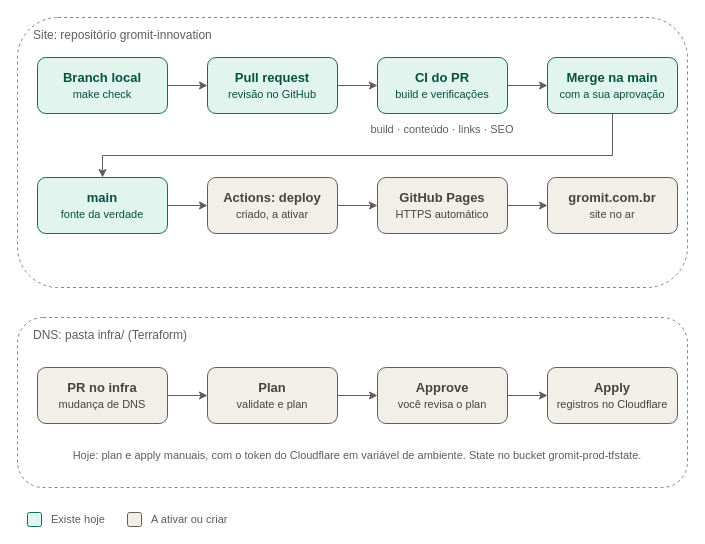
danilofreytas/gromit-innovation keeps this draw.io diagram as docs/gromit-site-cicd.drawio. Above is the earlier version. Source tidied: cells renumbered, new cells numbered last; positions are measured from the earlier drawing's top-left corner, leaving out a move shared by most shapes. Both pictures are drawn from the tidied source at 100%, with x=0, y=0 at pixel (17, 17).
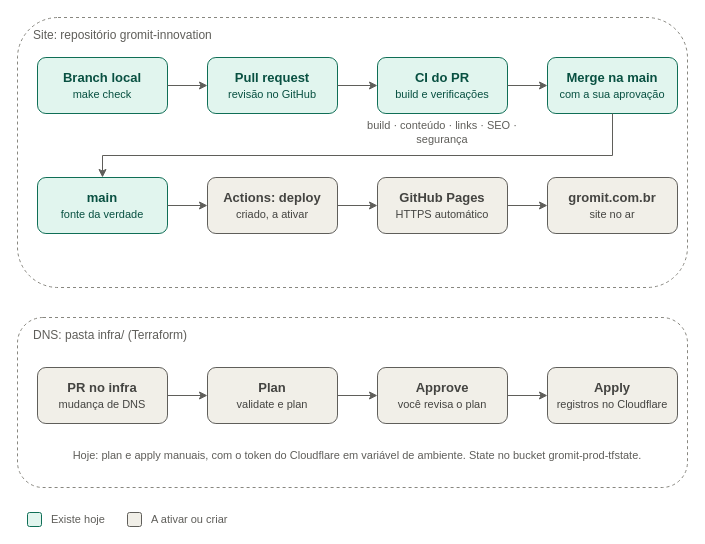
Above is the later version.

Commit message (it also covers changes not shown here):
ci: scanners de segurança (Gitleaks, Trivy, Semgrep) em runners do GitHub e dependabot simplificado

Diff of the diagram source:
```diff
@@
-    <mxCell id="7" value="build · conteúdo · links · SEO" style="text;html=1;align=center;verticalAlign=middle;fontSize=11;fontColor=#5F5E5A;whiteSpace=wrap;" parent="1" vertex="1">
-      <mxGeometry x="340" y="98" width="170" height="28" as="geometry" />
+    <mxCell id="7" value="build · conteúdo · links · SEO · segurança" style="text;html=1;align=center;verticalAlign=middle;fontSize=11;fontColor=#5F5E5A;whiteSpace=wrap;" parent="1" vertex="1">
+      <mxGeometry x="330" y="98" width="190" height="34" as="geometry" />
     </mxCell>
```
